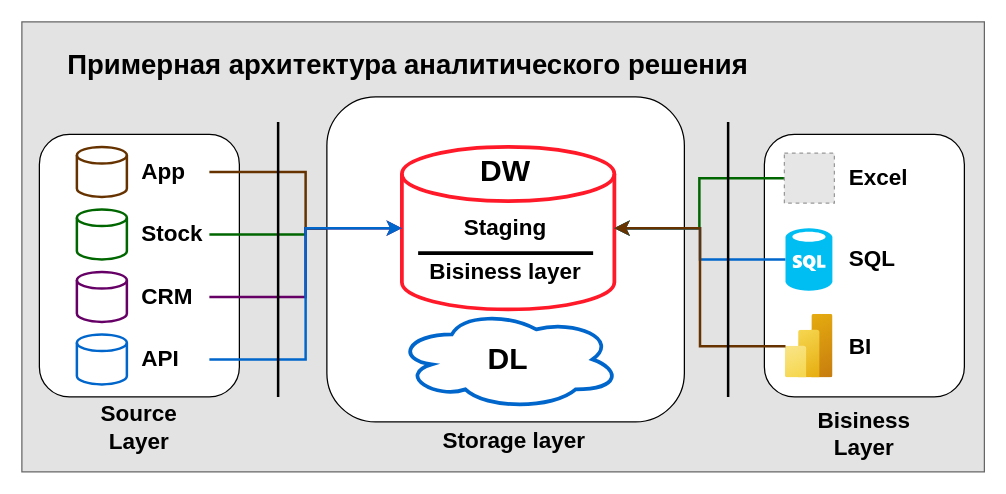
Earlier version of the draw.io diagram DE-101/Module1/Architecture of analytical solutions.drawio (f0rest-mAker/DataLearn). Source tidied: cells renumbered, new cells numbered last; positions are measured from the earlier drawing's top-left corner, leaving out a move shared by most shapes. Both pictures are drawn from the tidied source at 125%, with x=0, y=0 at pixel (21, 21). Pictures stored in the file or linked from it are replaced by grey dashed boxes.
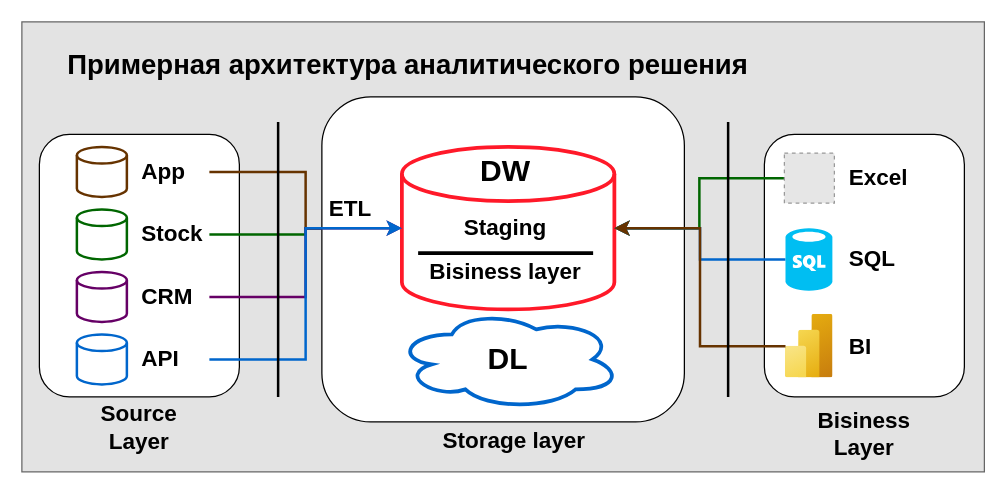
After the change.

Diff of the diagram source:
```diff
@@
     <mxCell id="16" style="rounded=1;whiteSpace=wrap;html=1;" parent="1" vertex="1">
-      <mxGeometry x="244" y="60" width="286" height="260" as="geometry" />
+      <mxGeometry x="240" y="60" width="290" height="260" as="geometry" />
     </mxCell>
@@
+    <mxCell id="40" value="ETL" style="text;html=1;align=left;verticalAlign=middle;whiteSpace=wrap;rounded=0;fontSize=18;fontStyle=1;" parent="1" vertex="1">
+      <mxGeometry x="244" y="135" width="56" height="30" as="geometry" />
+    </mxCell>
```
